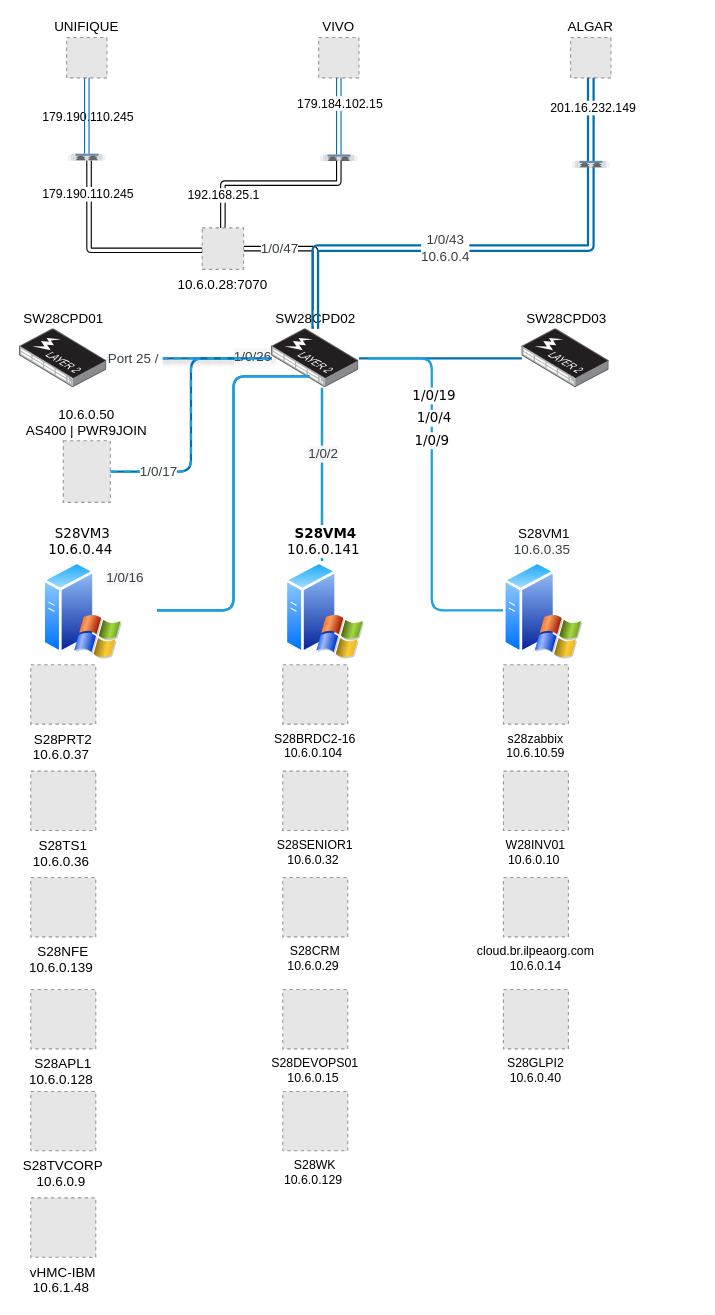
hotschumacher/HyperV keeps this draw.io diagram as iLPEA DO bRASIL.drawio. Above is the earlier version. Source tidied: cells renumbered, new cells numbered last; positions are measured from the earlier drawing's top-left corner, leaving out a move shared by most shapes. Both pictures are drawn from the tidied source at 112%, with x=0, y=0 at pixel (19, 37). Pictures stored in the file or linked from it are replaced by grey dashed boxes.
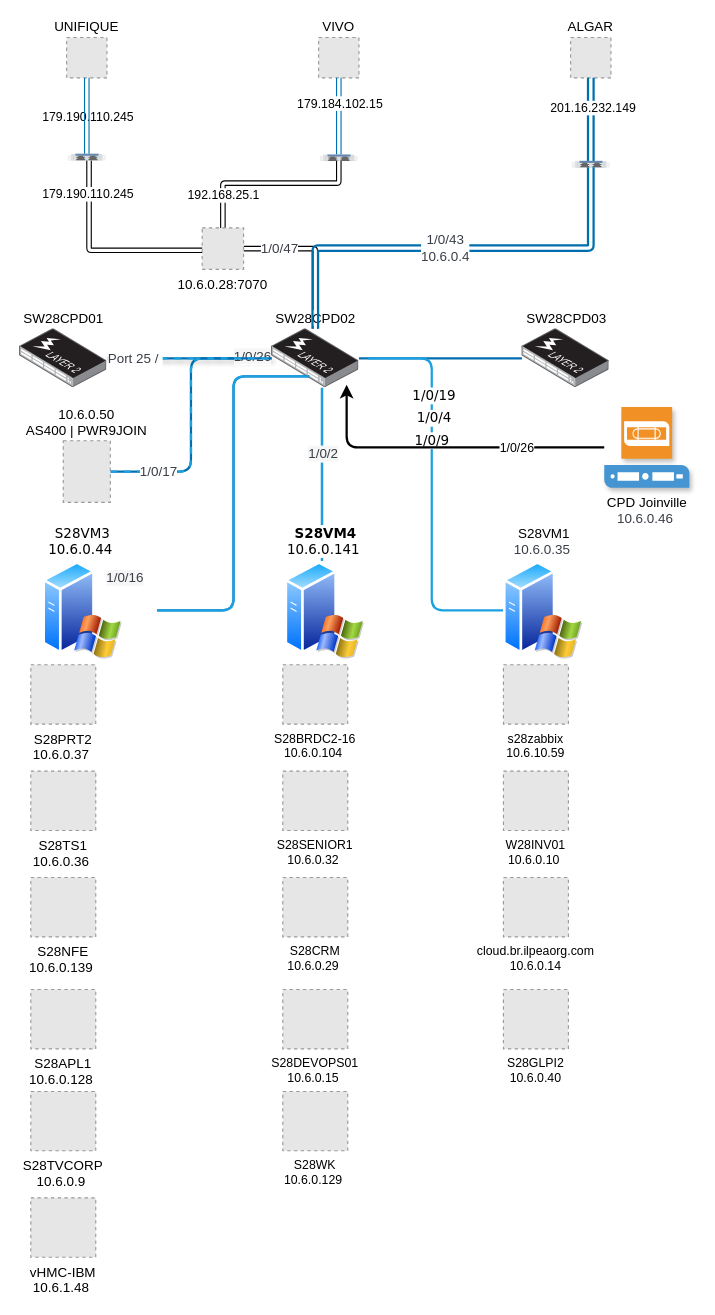
Above is the later version.

The change refers to these unchanged cells:
```xml
<mxCell id="15" value="SW28CPD02" style="image;points=[];html=1;align=center;shadow=0;dashed=0;image=img/lib/allied_telesis/switch/Switch_48_port_L2_POE.svg;labelPosition=center;verticalLabelPosition=top;verticalAlign=bottom;rounded=1;" parent="1" vertex="1">
  <mxGeometry x="225" y="260" width="78" height="52.8" as="geometry" />
</mxCell>
```

Change to the diagram source:
```diff
@@
+    <mxCell id="59" value="CPD Joinville&lt;br&gt;&lt;span style=&quot;color: rgb(57, 62, 70); font-family: Arial, sans-serif; text-align: start; text-wrap-mode: wrap; background-color: rgb(255, 255, 255);&quot;&gt;10.6.0.46&amp;nbsp;&lt;/span&gt;" style="shadow=1;dashed=0;html=1;strokeColor=none;fillColor=#4495D1;labelPosition=center;verticalLabelPosition=bottom;verticalAlign=top;align=center;outlineConnect=0;shape=mxgraph.veeam.tape_server;" parent="1" vertex="1">
+      <mxGeometry x="522" y="330" width="76" height="72" as="geometry" />
+    </mxCell>
+    <mxCell id="60" style="edgeStyle=orthogonalEdgeStyle;rounded=1;jettySize=auto;html=1;entryX=0.859;entryY=0.947;entryDx=0;entryDy=0;entryPerimeter=0;strokeWidth=2;align=center;verticalAlign=middle;fontFamily=Helvetica;fontSize=11;fontColor=default;labelBackgroundColor=default;endArrow=classic;fillColor=#1ba1e2;" parent="1" edge="1" source="59" target="15">
+      <mxGeometry relative="1" as="geometry" />
+    </mxCell>
+    <mxCell id="61" value="1/0/26" style="edgeLabel;html=1;align=center;verticalAlign=middle;rounded=1;strokeWidth=2;fontFamily=Helvetica;fontSize=11;fontColor=default;labelBackgroundColor=default;fillColor=#1ba1e2;" parent="60" vertex="1">
+      <mxGeometry x="-0.45" relative="1" as="geometry" />
+    </mxCell>
```
